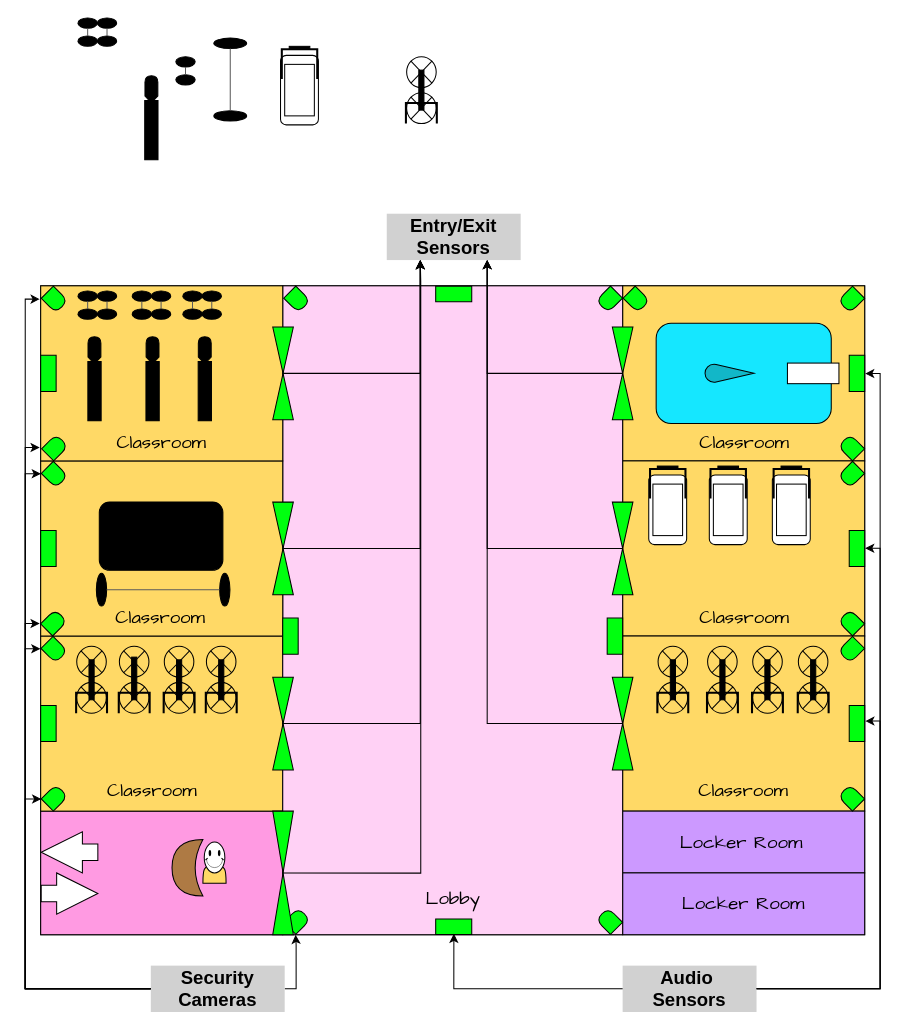
rlutz1/CS460-Project-2 keeps this draw.io diagram as documentation/rdd/gym-overview.drawio. Above is the earlier version. Source tidied: cells renumbered, new cells numbered last; positions are measured from the earlier drawing's top-left corner, leaving out a move shared by most shapes. Both pictures are drawn from the tidied source at 103%, with x=0, y=0 at pixel (25, 18).
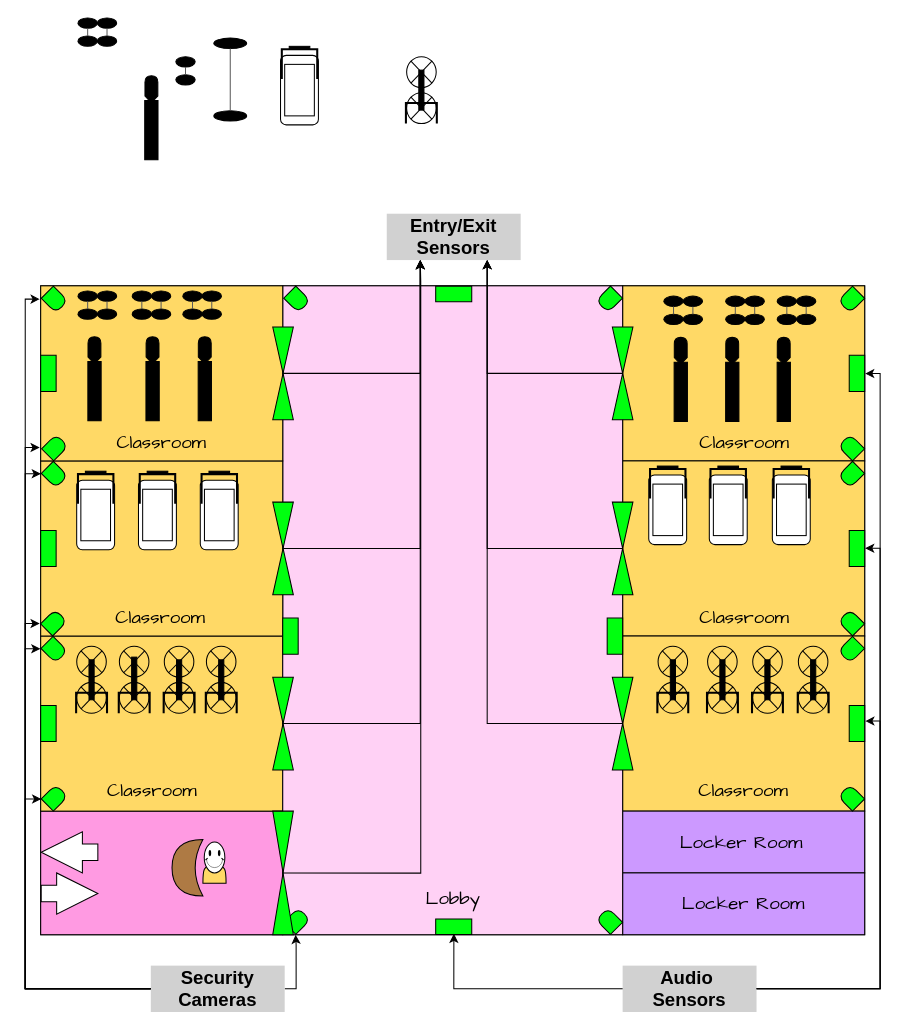
The same diagram, later.

Commit message:
pushing most recent gym overview

The edit, as a diff of the source:
```diff
@@
-    <mxCell id="22" style="rounded=1;whiteSpace=wrap;html=1;fillColor=#15E7FF;rotation=90;" parent="1" vertex="1">
-      <mxGeometry x="648.8" y="260" width="97.5" height="170" as="geometry" />
-    </mxCell>
-    <mxCell id="23" style="rounded=0;whiteSpace=wrap;html=1;rotation=-180;" parent="1" vertex="1">
-      <mxGeometry x="740" y="335" width="50" height="20" as="geometry" />
-    </mxCell>
-    <mxCell id="24" style="verticalLabelPosition=bottom;verticalAlign=top;html=1;shape=mxgraph.basic.drop;fillColor=#12B7C8;rotation=90;" parent="1" vertex="1">
-      <mxGeometry x="675" y="321.2" width="17.5" height="47.5" as="geometry" />
-    </mxCell>
@@
-    <mxCell id="51" style="rounded=1;whiteSpace=wrap;html=1;fillColor=#000000;" parent="1" vertex="1">
-      <mxGeometry x="71.9" y="470" width="120" height="66.2" as="geometry" />
-    </mxCell>
@@
-    <mxCell id="55" style="ellipse;whiteSpace=wrap;html=1;fillColor=#000000;rotation=90;" parent="1" vertex="1">
-      <mxGeometry x="177.8" y="550" width="31.9" height="10" as="geometry" />
-    </mxCell>
-    <mxCell id="56" style="ellipse;whiteSpace=wrap;html=1;fillColor=#000000;rotation=90;" parent="1" vertex="1">
-      <mxGeometry x="58.1" y="550" width="31.9" height="10" as="geometry" />
-    </mxCell>
-    <mxCell id="57" style="endArrow=none;html=1;rounded=0;entryX=0.5;entryY=1;entryDx=0;entryDy=0;exitX=0.5;exitY=0;exitDx=0;exitDy=0;fillColor=#959595;strokeColor=#5A5A5A;" parent="1" edge="1" source="56" target="55">
-      <mxGeometry relative="1" as="geometry" />
-    </mxCell>
@@
-    <mxCell id="144" style="shape=delay;whiteSpace=wrap;html=1;rotation=45;fillColor=#00FF0F;" parent="1" vertex="1">
-      <mxGeometry x="583.4" y="264.9" width="20" height="16.6" as="geometry" />
-    </mxCell>
@@
+    <mxCell id="179" style="shape=display;whiteSpace=wrap;html=1;rotation=-90;fillColor=#000000;" parent="1" vertex="1">
+      <mxGeometry x="623.3" y="316.9" width="26.2" height="12.5" as="geometry" />
+    </mxCell>
+    <mxCell id="180" style="verticalLabelPosition=bottom;verticalAlign=top;html=1;shape=mxgraph.basic.rect;fillColor2=none;strokeWidth=1;size=20;indent=5;rotation=90;fillColor=#000000;" parent="1" vertex="1">
+      <mxGeometry x="607.7" y="356.4" width="57.5" height="12.9" as="geometry" />
+    </mxCell>
+    <mxCell id="181" style="shape=display;whiteSpace=wrap;html=1;rotation=-90;fillColor=#000000;" parent="1" vertex="1">
+      <mxGeometry x="673.3" y="316.9" width="26.2" height="12.5" as="geometry" />
+    </mxCell>
+    <mxCell id="182" style="verticalLabelPosition=bottom;verticalAlign=top;html=1;shape=mxgraph.basic.rect;fillColor2=none;strokeWidth=1;size=20;indent=5;rotation=90;fillColor=#000000;" parent="1" vertex="1">
+      <mxGeometry x="657.7" y="356.4" width="57.5" height="12.9" as="geometry" />
+    </mxCell>
+    <mxCell id="183" style="shape=display;whiteSpace=wrap;html=1;rotation=-90;fillColor=#000000;" parent="1" vertex="1">
+      <mxGeometry x="723.3" y="316.9" width="26.2" height="12.5" as="geometry" />
+    </mxCell>
+    <mxCell id="184" style="verticalLabelPosition=bottom;verticalAlign=top;html=1;shape=mxgraph.basic.rect;fillColor2=none;strokeWidth=1;size=20;indent=5;rotation=90;fillColor=#000000;" parent="1" vertex="1">
+      <mxGeometry x="707.7" y="356.4" width="57.5" height="12.9" as="geometry" />
+    </mxCell>
+    <mxCell id="185" style="ellipse;whiteSpace=wrap;html=1;fillColor=#000000;" parent="1" vertex="1">
+      <mxGeometry x="620" y="270" width="18.8" height="10" as="geometry" />
+    </mxCell>
+    <mxCell id="186" style="ellipse;whiteSpace=wrap;html=1;fillColor=#000000;" parent="1" vertex="1">
+      <mxGeometry x="620" y="287.5" width="18.8" height="10" as="geometry" />
+    </mxCell>
+    <mxCell id="187" style="endArrow=none;html=1;rounded=0;entryX=0.5;entryY=1;entryDx=0;entryDy=0;exitX=0.5;exitY=0;exitDx=0;exitDy=0;fillColor=#959595;strokeColor=#5A5A5A;" parent="1" edge="1" source="186" target="185">
+      <mxGeometry relative="1" as="geometry" />
+    </mxCell>
+    <mxCell id="188" style="ellipse;whiteSpace=wrap;html=1;fillColor=#000000;" parent="1" vertex="1">
+      <mxGeometry x="638.8" y="270" width="18.8" height="10" as="geometry" />
+    </mxCell>
+    <mxCell id="189" style="ellipse;whiteSpace=wrap;html=1;fillColor=#000000;" parent="1" vertex="1">
+      <mxGeometry x="638.8" y="287.5" width="18.8" height="10" as="geometry" />
+    </mxCell>
+    <mxCell id="190" style="endArrow=none;html=1;rounded=0;entryX=0.5;entryY=1;entryDx=0;entryDy=0;exitX=0.5;exitY=0;exitDx=0;exitDy=0;fillColor=#959595;strokeColor=#5A5A5A;" parent="1" edge="1" source="189" target="188">
+      <mxGeometry relative="1" as="geometry" />
+    </mxCell>
+    <mxCell id="191" style="ellipse;whiteSpace=wrap;html=1;fillColor=#000000;" parent="1" vertex="1">
+      <mxGeometry x="680" y="270" width="18.8" height="10" as="geometry" />
+    </mxCell>
+    <mxCell id="192" style="ellipse;whiteSpace=wrap;html=1;fillColor=#000000;" parent="1" vertex="1">
+      <mxGeometry x="680" y="287.5" width="18.8" height="10" as="geometry" />
+    </mxCell>
+    <mxCell id="193" style="endArrow=none;html=1;rounded=0;entryX=0.5;entryY=1;entryDx=0;entryDy=0;exitX=0.5;exitY=0;exitDx=0;exitDy=0;fillColor=#959595;strokeColor=#5A5A5A;" parent="1" edge="1" source="192" target="191">
+      <mxGeometry relative="1" as="geometry" />
+    </mxCell>
+    <mxCell id="194" style="ellipse;whiteSpace=wrap;html=1;fillColor=#000000;" parent="1" vertex="1">
+      <mxGeometry x="698.8" y="270" width="18.8" height="10" as="geometry" />
+    </mxCell>
+    <mxCell id="195" style="ellipse;whiteSpace=wrap;html=1;fillColor=#000000;" parent="1" vertex="1">
+      <mxGeometry x="698.8" y="287.5" width="18.8" height="10" as="geometry" />
+    </mxCell>
+    <mxCell id="196" style="endArrow=none;html=1;rounded=0;entryX=0.5;entryY=1;entryDx=0;entryDy=0;exitX=0.5;exitY=0;exitDx=0;exitDy=0;fillColor=#959595;strokeColor=#5A5A5A;" parent="1" edge="1" source="195" target="194">
+      <mxGeometry relative="1" as="geometry" />
+    </mxCell>
+    <mxCell id="197" style="ellipse;whiteSpace=wrap;html=1;fillColor=#000000;" parent="1" vertex="1">
+      <mxGeometry x="730" y="270" width="18.8" height="10" as="geometry" />
+    </mxCell>
+    <mxCell id="198" style="ellipse;whiteSpace=wrap;html=1;fillColor=#000000;" parent="1" vertex="1">
+      <mxGeometry x="730" y="287.5" width="18.8" height="10" as="geometry" />
+    </mxCell>
+    <mxCell id="199" style="endArrow=none;html=1;rounded=0;entryX=0.5;entryY=1;entryDx=0;entryDy=0;exitX=0.5;exitY=0;exitDx=0;exitDy=0;fillColor=#959595;strokeColor=#5A5A5A;" parent="1" edge="1" source="198" target="197">
+      <mxGeometry relative="1" as="geometry" />
+    </mxCell>
+    <mxCell id="200" style="ellipse;whiteSpace=wrap;html=1;fillColor=#000000;" parent="1" vertex="1">
+      <mxGeometry x="748.8" y="270" width="18.8" height="10" as="geometry" />
+    </mxCell>
+    <mxCell id="201" style="ellipse;whiteSpace=wrap;html=1;fillColor=#000000;" parent="1" vertex="1">
+      <mxGeometry x="748.8" y="287.5" width="18.8" height="10" as="geometry" />
+    </mxCell>
+    <mxCell id="202" style="endArrow=none;html=1;rounded=0;entryX=0.5;entryY=1;entryDx=0;entryDy=0;exitX=0.5;exitY=0;exitDx=0;exitDy=0;fillColor=#959595;strokeColor=#5A5A5A;" parent="1" edge="1" source="201" target="200">
+      <mxGeometry relative="1" as="geometry" />
+    </mxCell>
+    <mxCell id="203" style="rounded=1;whiteSpace=wrap;html=1;rotation=-90;" parent="1" vertex="1">
+      <mxGeometry x="34.6" y="464.1" width="67.5" height="36.8" as="geometry" />
+    </mxCell>
+    <mxCell id="204" style="rounded=0;whiteSpace=wrap;html=1;" parent="1" vertex="1">
+      <mxGeometry x="54" y="457.5" width="28.8" height="50" as="geometry" />
+    </mxCell>
+    <mxCell id="205" style="strokeWidth=2;html=1;shape=mxgraph.flowchart.annotation_1;align=left;rotation=90;" parent="1" vertex="1">
+      <mxGeometry x="54" y="440" width="28.8" height="34.4" as="geometry" />
+    </mxCell>
+    <mxCell id="206" style="rounded=0;whiteSpace=wrap;html=1;fillColor=#000000;" parent="1" vertex="1">
+      <mxGeometry x="58.4" y="440" width="20" height="2" as="geometry" />
+    </mxCell>
+    <mxCell id="207" style="rounded=1;whiteSpace=wrap;html=1;rotation=-90;" parent="1" vertex="1">
+      <mxGeometry x="94.6" y="464.1" width="67.5" height="36.8" as="geometry" />
+    </mxCell>
+    <mxCell id="208" style="rounded=0;whiteSpace=wrap;html=1;" parent="1" vertex="1">
+      <mxGeometry x="114" y="457.5" width="28.8" height="50" as="geometry" />
+    </mxCell>
+    <mxCell id="209" style="strokeWidth=2;html=1;shape=mxgraph.flowchart.annotation_1;align=left;rotation=90;" parent="1" vertex="1">
+      <mxGeometry x="114" y="440" width="28.8" height="34.4" as="geometry" />
+    </mxCell>
+    <mxCell id="210" style="rounded=0;whiteSpace=wrap;html=1;fillColor=#000000;" parent="1" vertex="1">
+      <mxGeometry x="118.4" y="440" width="20" height="2" as="geometry" />
+    </mxCell>
+    <mxCell id="211" style="rounded=1;whiteSpace=wrap;html=1;rotation=-90;" parent="1" vertex="1">
+      <mxGeometry x="154.6" y="464.1" width="67.5" height="36.8" as="geometry" />
+    </mxCell>
+    <mxCell id="212" style="rounded=0;whiteSpace=wrap;html=1;" parent="1" vertex="1">
+      <mxGeometry x="174" y="457.5" width="28.8" height="50" as="geometry" />
+    </mxCell>
+    <mxCell id="213" style="strokeWidth=2;html=1;shape=mxgraph.flowchart.annotation_1;align=left;rotation=90;" parent="1" vertex="1">
+      <mxGeometry x="174" y="440" width="28.8" height="34.4" as="geometry" />
+    </mxCell>
+    <mxCell id="214" style="rounded=0;whiteSpace=wrap;html=1;fillColor=#000000;" parent="1" vertex="1">
+      <mxGeometry x="178.4" y="440" width="20" height="2" as="geometry" />
+    </mxCell>
```
